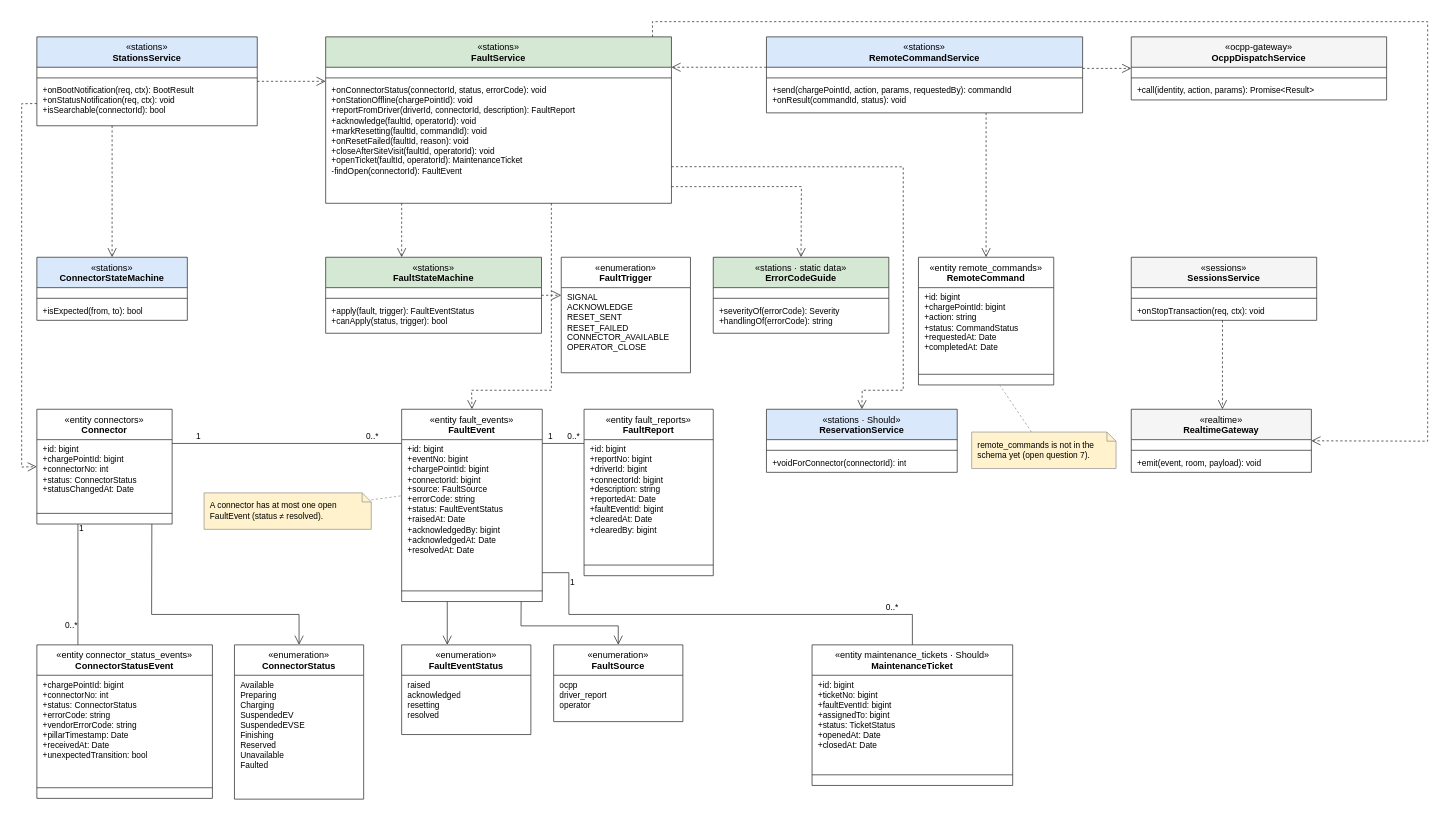
Before: docs/diagrams/wf-04-class.drawio in PowerMeApp/powerme, a draw.io diagram. Source tidied: cells renumbered, new cells numbered last; positions are measured from the earlier drawing's top-left corner, leaving out a move shared by most shapes. Both pictures are drawn from the tidied source at 76%, with x=0, y=0 at pixel (21, 21).
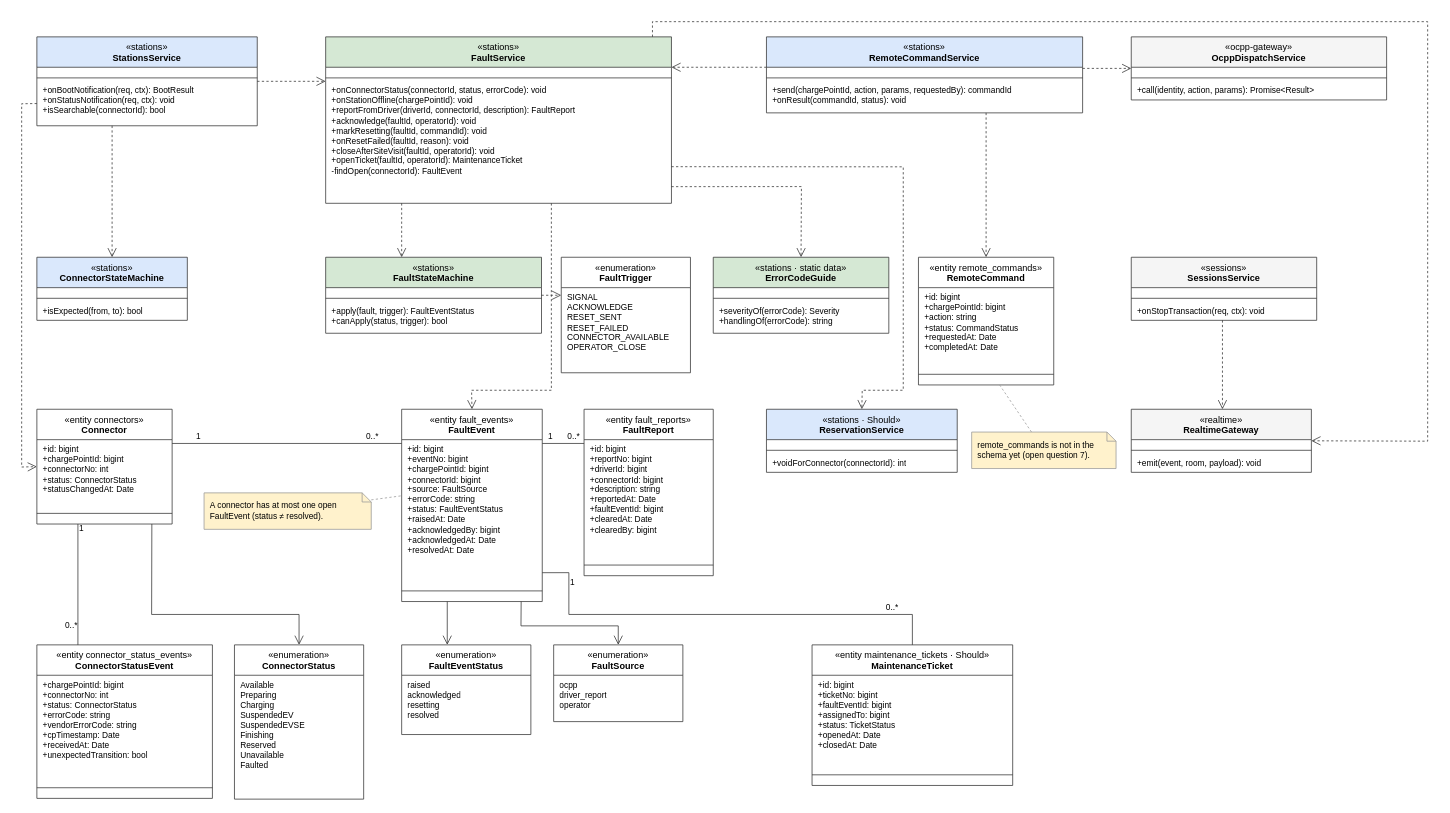
The same page after the edit.

Unchanged cells that the change refers to:
```xml
<mxCell id="16" value="«entity connector_status_events»&lt;br&gt;&lt;b&gt;ConnectorStatusEvent&lt;/b&gt;" style="swimlane;fontStyle=0;align=center;verticalAlign=top;horizontal=1;startSize=40;html=1;whiteSpace=wrap;fillColor=#ffffff;strokeColor=#333333;fontFamily=Arial;fontSize=12;" parent="1" vertex="1">
  <mxGeometry x="20" y="820" width="231" height="202" as="geometry" />
</mxCell>
```

The edit, as a diff of the source:
```diff
@@
-    <mxCell id="17" value="+chargePointId: bigint&lt;br&gt;+connectorNo: int&lt;br&gt;+status: ConnectorStatus&lt;br&gt;+errorCode: string&lt;br&gt;+vendorErrorCode: string&lt;br&gt;+pillarTimestamp: Date&lt;br&gt;+receivedAt: Date&lt;br&gt;+unexpectedTransition: bool" style="text;strokeColor=none;fillColor=none;align=left;verticalAlign=top;spacingLeft=6;spacingRight=4;overflow=hidden;html=1;whiteSpace=wrap;fontFamily=Arial;fontSize=11;" parent="16" vertex="1">
+    <mxCell id="17" value="+chargePointId: bigint&lt;br&gt;+connectorNo: int&lt;br&gt;+status: ConnectorStatus&lt;br&gt;+errorCode: string&lt;br&gt;+vendorErrorCode: string&lt;br&gt;+cpTimestamp: Date&lt;br&gt;+receivedAt: Date&lt;br&gt;+unexpectedTransition: bool" style="text;strokeColor=none;fillColor=none;align=left;verticalAlign=top;spacingLeft=6;spacingRight=4;overflow=hidden;html=1;whiteSpace=wrap;fontFamily=Arial;fontSize=11;" parent="16" vertex="1">
       <mxGeometry y="40" width="231" height="144" as="geometry" />
     </mxCell>
```
